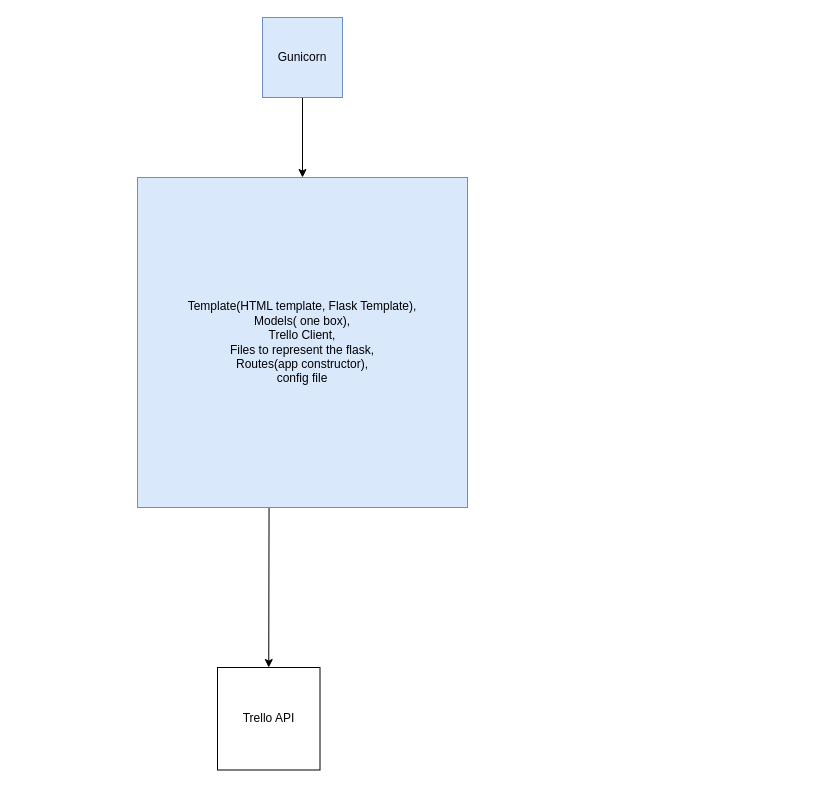
pushpanjali544/DevOps-Course-Starter keeps this draw.io diagram as page "Components" (3 of 3) of Excercise6/Untitled Diagram.drawio. Above is the earlier version. Source tidied: cells renumbered, new cells numbered last; positions are measured from the earlier drawing's top-left corner, leaving out a move shared by most shapes. Both pictures are drawn from the tidied source at 100%, with x=0, y=0 at pixel (137, 17).
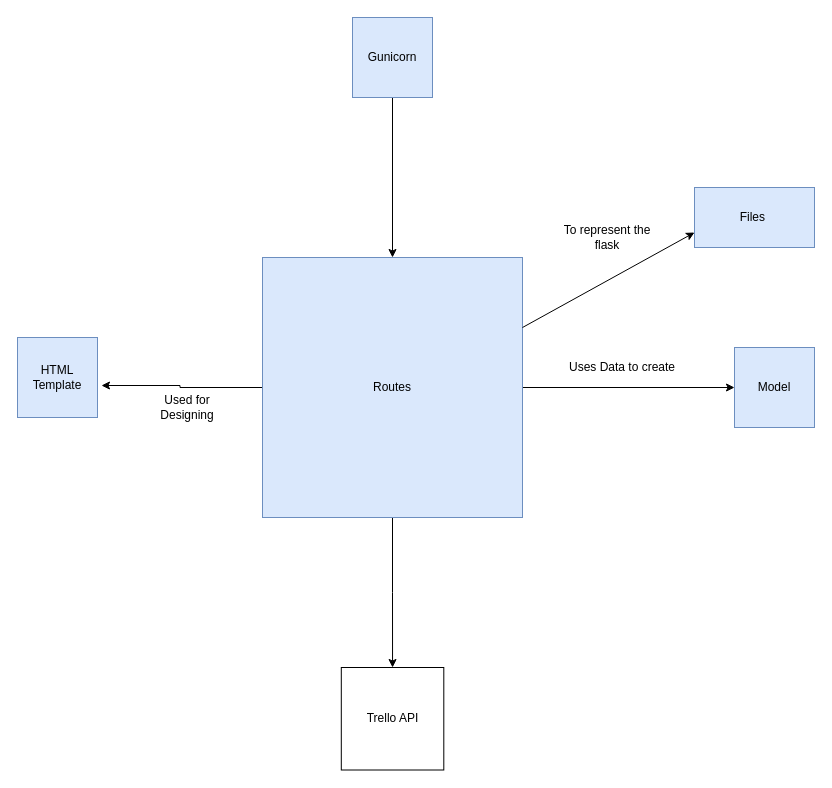
After the change.

Diff of the diagram source:
```diff
@@
 <mxGraphModel>
   <root>
     <mxCell id="0" />
     <mxCell id="1" parent="0" />
-    <mxCell id="2" style="edgeStyle=orthogonalEdgeStyle;rounded=0;jettySize=auto;html=1;exitX=0.5;exitY=1;exitDx=0;exitDy=0;entryX=0.5;entryY=0;entryDx=0;entryDy=0;" parent="1" edge="1" target="3">
-      <mxGeometry relative="1" as="geometry">
-        <mxPoint x="131.2" y="170" as="sourcePoint" />
-      </mxGeometry>
-    </mxCell>
     <mxCell id="3" value="Trello API" style="whiteSpace=wrap;html=1;" parent="1" vertex="1">
-      <mxGeometry x="80" y="650" width="102.5" height="102.5" as="geometry" />
+      <mxGeometry x="203.8" y="650" width="102.5" height="102.5" as="geometry" />
     </mxCell>
+    <mxCell id="7" style="edgeStyle=orthogonalEdgeStyle;rounded=0;jettySize=auto;html=1;entryX=0;entryY=0.5;entryDx=0;entryDy=0;" parent="1" edge="1" source="4" target="11">
+      <mxGeometry relative="1" as="geometry" />
+    </mxCell>
+    <mxCell id="8" style="edgeStyle=orthogonalEdgeStyle;rounded=0;jettySize=auto;html=1;entryX=1.05;entryY=0.6;entryDx=0;entryDy=0;entryPerimeter=0;" parent="1" edge="1" source="4" target="10">
+      <mxGeometry relative="1" as="geometry" />
+    </mxCell>
+    <mxCell id="9" style="edgeStyle=orthogonalEdgeStyle;rounded=0;jettySize=auto;html=1;entryX=0.5;entryY=0;entryDx=0;entryDy=0;" parent="1" edge="1" source="4" target="3">
+      <mxGeometry relative="1" as="geometry" />
+    </mxCell>
-    <mxCell id="4" value="Template(HTML template, Flask Template),&lt;br&gt;Models( one box),&lt;br&gt;Trello Client,&lt;br&gt;Files to represent the flask,&lt;br&gt;Routes(app constructor),&lt;br&gt;config file" style="whiteSpace=wrap;html=1;strokeColor=#6c8ebf;fillColor=#dae8fc;" parent="1" vertex="1">
-      <mxGeometry y="160" width="330" height="330" as="geometry" />
+    <mxCell id="4" value="Routes" style="whiteSpace=wrap;html=1;strokeColor=#6c8ebf;fillColor=#dae8fc;" parent="1" vertex="1">
+      <mxGeometry x="125" y="240" width="260" height="260" as="geometry" />
     </mxCell>
     <mxCell id="5" style="edgeStyle=orthogonalEdgeStyle;rounded=0;jettySize=auto;html=1;" parent="1" edge="1" source="6" target="4">
       <mxGeometry relative="1" as="geometry" />
     </mxCell>
     <mxCell id="6" value="Gunicorn" style="whiteSpace=wrap;html=1;strokeColor=#6c8ebf;fillColor=#dae8fc;" parent="1" vertex="1">
-      <mxGeometry x="125" width="80" height="80" as="geometry" />
+      <mxGeometry x="215" width="80" height="80" as="geometry" />
     </mxCell>
+    <mxCell id="10" value="HTML Template" style="whiteSpace=wrap;html=1;fillColor=#dae8fc;strokeColor=#6c8ebf;" parent="1" vertex="1">
+      <mxGeometry x="-120" y="320" width="80" height="80" as="geometry" />
+    </mxCell>
+    <mxCell id="11" value="Model" style="whiteSpace=wrap;html=1;fillColor=#dae8fc;strokeColor=#6c8ebf;" parent="1" vertex="1">
+      <mxGeometry x="597" y="330" width="80" height="80" as="geometry" />
+    </mxCell>
+    <mxCell id="12" value="Uses Data to create" style="text;html=1;strokeColor=none;fillColor=none;align=center;verticalAlign=middle;whiteSpace=wrap;rounded=0;" parent="1" vertex="1">
+      <mxGeometry x="420" y="335" width="130" height="30" as="geometry" />
+    </mxCell>
+    <mxCell id="13" value="Used for Designing" style="text;html=1;strokeColor=none;fillColor=none;align=center;verticalAlign=middle;whiteSpace=wrap;rounded=0;" parent="1" vertex="1">
+      <mxGeometry x="10" y="380" width="80" height="20" as="geometry" />
+    </mxCell>
+    <mxCell id="14" value="Files&amp;nbsp;" style="rounded=0;whiteSpace=wrap;html=1;fillColor=#dae8fc;strokeColor=#6c8ebf;" parent="1" vertex="1">
+      <mxGeometry x="557" y="170" width="120" height="60" as="geometry" />
+    </mxCell>
+    <mxCell id="15" style="endArrow=classic;html=1;entryX=0;entryY=0.75;entryDx=0;entryDy=0;" parent="1" edge="1" target="14">
+      <mxGeometry relative="1" as="geometry">
+        <mxPoint x="385" y="310" as="sourcePoint" />
+      </mxGeometry>
+    </mxCell>
+    <mxCell id="16" value="To represent the flask" style="text;html=1;strokeColor=none;fillColor=none;align=center;verticalAlign=middle;whiteSpace=wrap;rounded=0;rotation=0;" parent="1" vertex="1">
+      <mxGeometry x="420" y="210" width="100" height="20" as="geometry" />
+    </mxCell>
   </root>
 </mxGraphModel>
```
